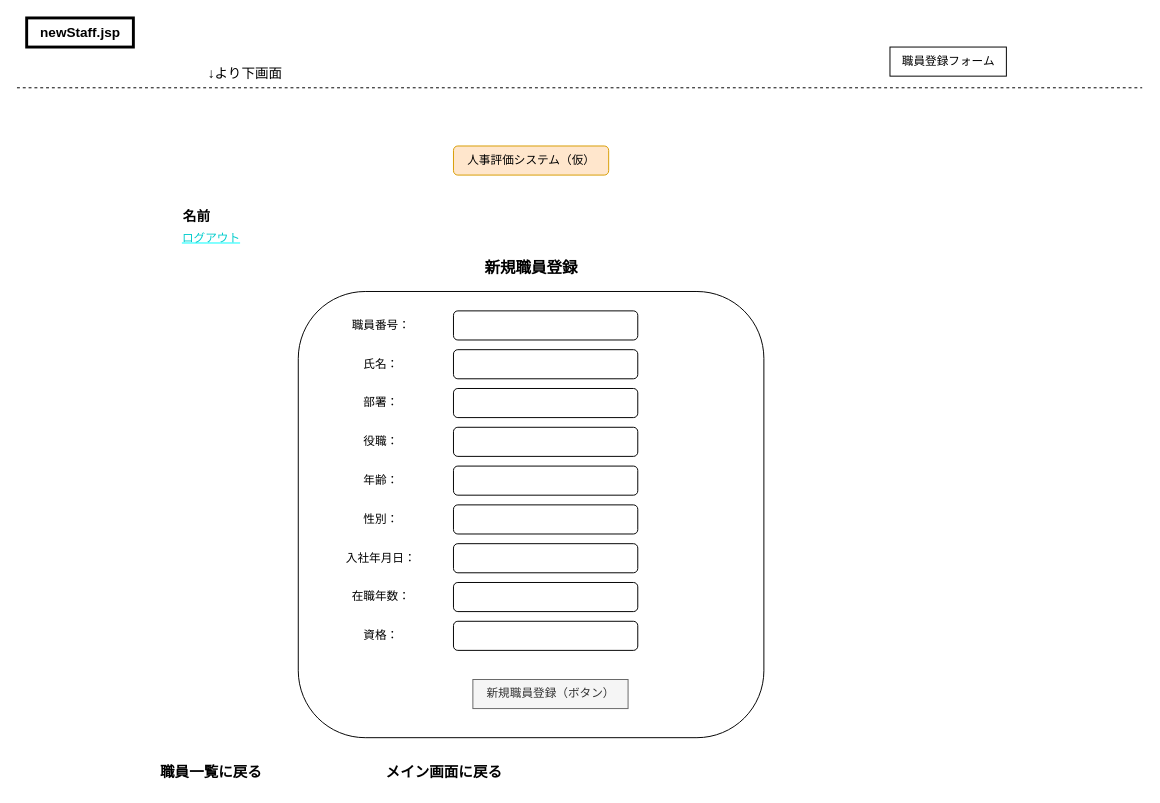
This is 企業実習/画面詳細(4.1.0新規職員登録ページ).drawio from TAKE-KATU/0515-, a draw.io file, before an edit. Source tidied: cells renumbered, new cells numbered last; positions are measured from the earlier drawing's top-left corner, leaving out a move shared by most shapes. Both pictures are drawn from the tidied source at 97%, with x=0, y=0 at pixel (16, 17).
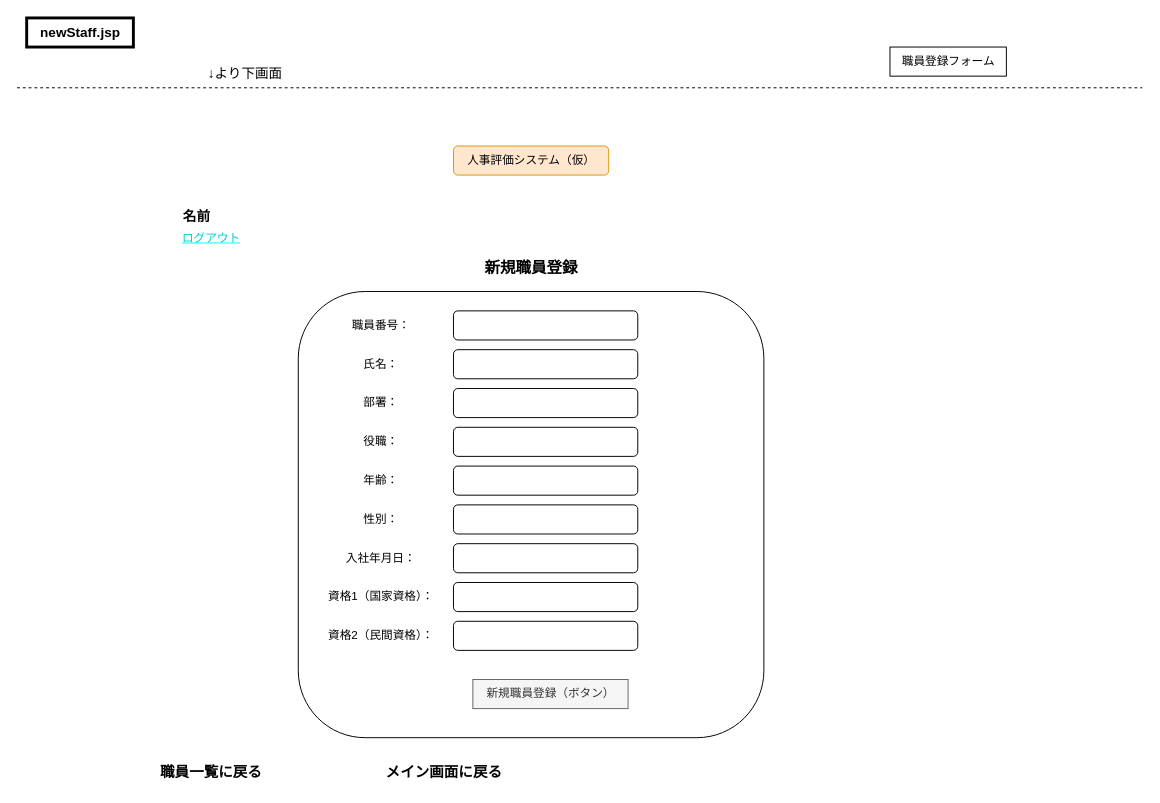
The same diagram, later.

What changed in the source:
```diff
@@
-    <mxCell id="28" value="在職年数：" style="text;html=1;align=center;verticalAlign=middle;strokeColor=none;fillColor=none;" parent="1" vertex="1">
-      <mxGeometry x="335" y="582" width="80" height="30" as="geometry" />
+    <mxCell id="28" value="資格1（国家資格）：" style="text;html=1;align=center;verticalAlign=middle;strokeColor=none;fillColor=none;" parent="1" vertex="1">
+      <mxGeometry x="310" y="582" width="130" height="30" as="geometry" />
     </mxCell>
@@
-    <mxCell id="30" value="資格：" style="text;html=1;align=center;verticalAlign=middle;strokeColor=none;fillColor=none;" parent="1" vertex="1">
-      <mxGeometry x="345" y="622" width="60" height="30" as="geometry" />
-    </mxCell>
-    <mxCell id="31" style="rounded=1;whiteSpace=wrap;html=1;" parent="1" vertex="1">
-      <mxGeometry x="450" y="622" width="190" height="30" as="geometry" />
+    <mxCell id="31" value="資格2（民間資格）：" style="text;html=1;align=center;verticalAlign=middle;strokeColor=none;fillColor=none;" parent="1" vertex="1">
+      <mxGeometry x="310" y="622" width="130" height="30" as="geometry" />
     </mxCell>
+    <mxCell id="32" style="rounded=1;whiteSpace=wrap;html=1;" parent="1" vertex="1">
+      <mxGeometry x="450" y="622" width="190" height="30" as="geometry" />
+    </mxCell>
```
